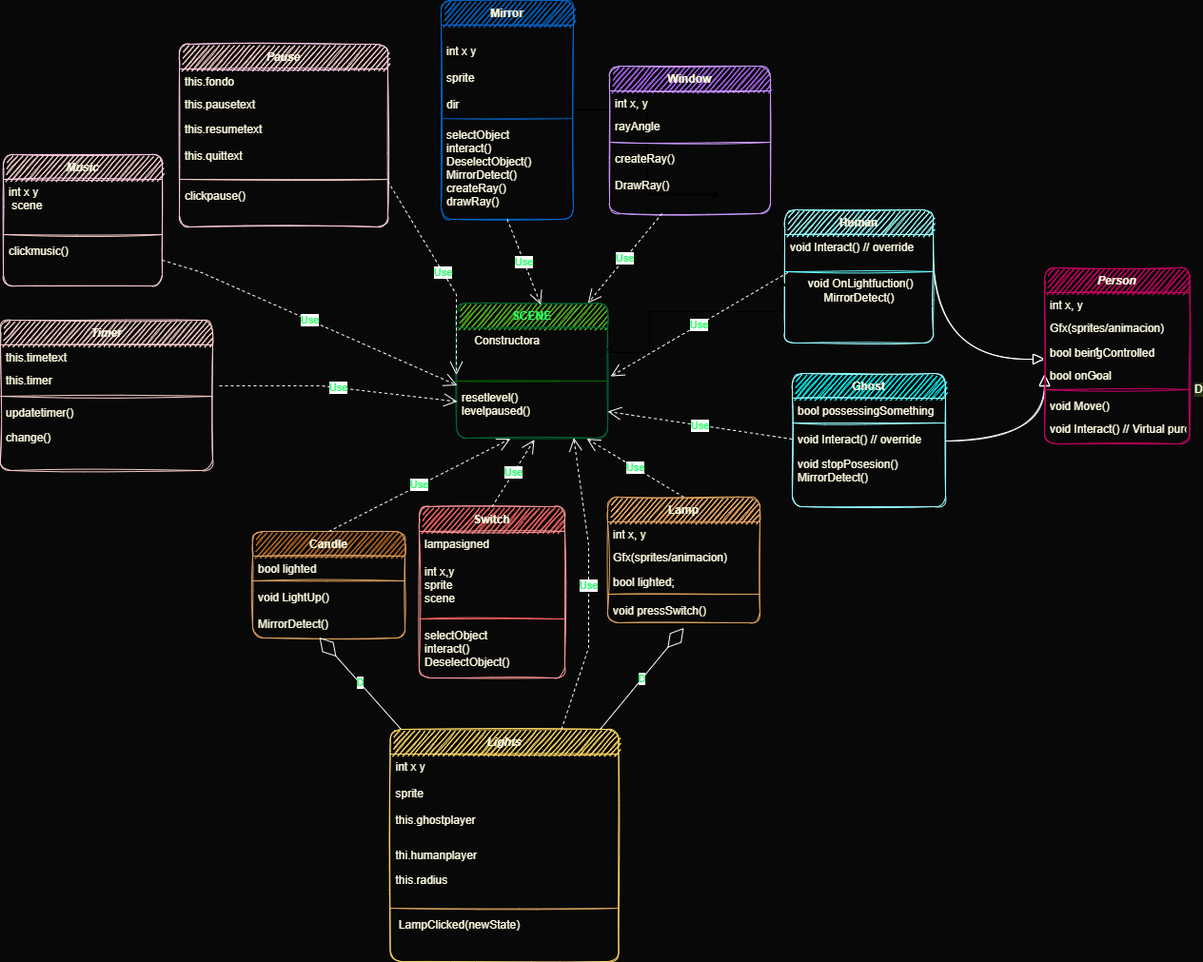
Before: images/UML.png, a diagram exported from draw.io (miriam-m-s/GRUPO4-PVLI). Source tidied: cells renumbered, new cells last; positions are measured from the earlier drawing's top-left corner, leaving out a move shared by most shapes.
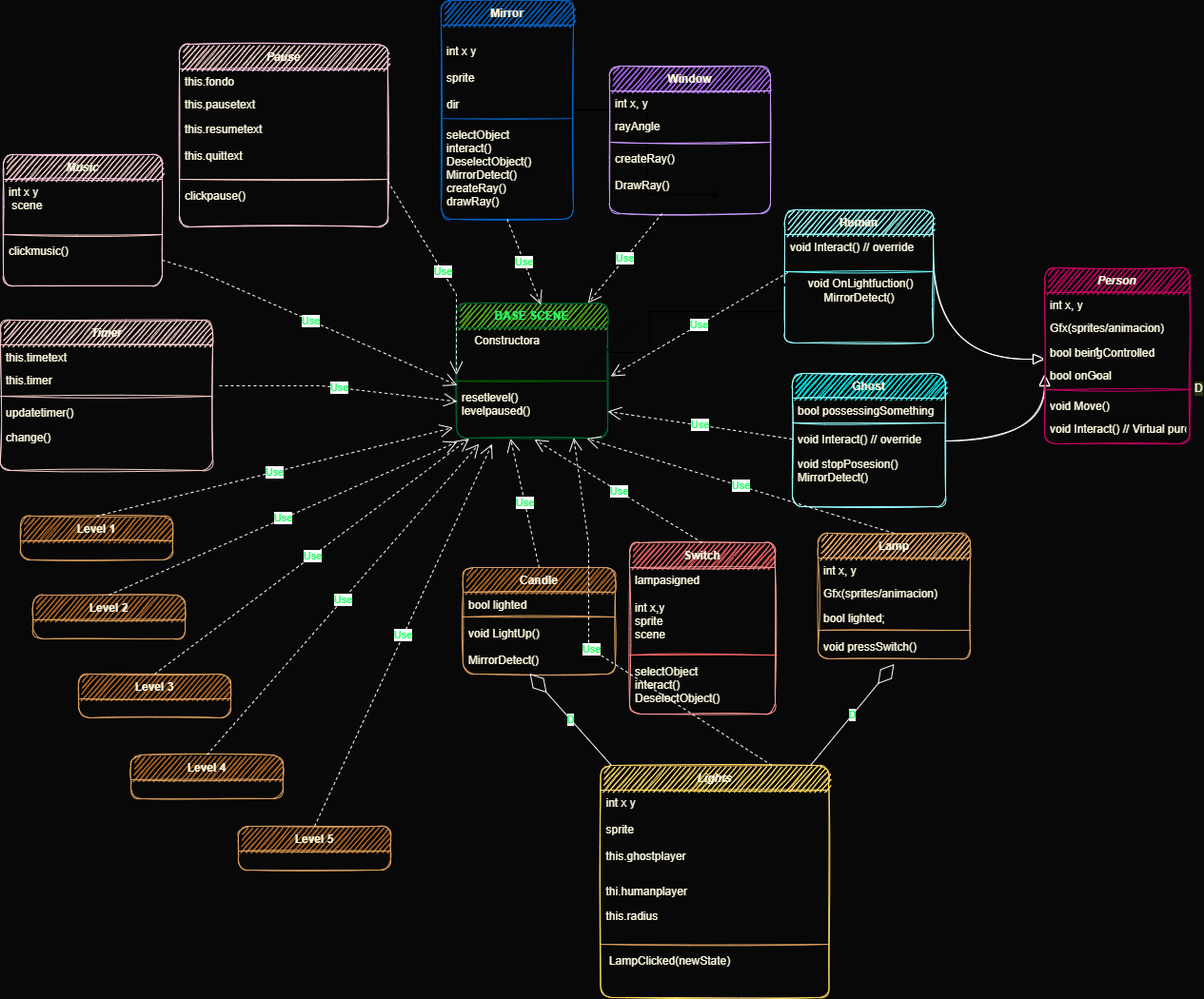
After the change.

The edit, as a diff of the source:
```diff
@@ -32,7 +32,7 @@
       </mxGeometry>
     </mxCell>
     <mxCell id="9" value="Candle" style="swimlane;fontStyle=1;align=center;verticalAlign=top;horizontal=1;startSize=26;shadow=0;strokeWidth=1;fillColor=#BC6C25;strokeColor=#DDA15E;fontColor=#FEFAE0;rounded=1;sketch=1;" parent="1" vertex="1">
-      <mxGeometry x="265" y="558" width="160" height="112" as="geometry" />
+      <mxGeometry x="486" y="596" width="160" height="112" as="geometry" />
     </mxCell>
     <mxCell id="10" value="bool lighted" style="text;align=left;verticalAlign=top;spacingLeft=4;spacingRight=4;overflow=hidden;fontColor=#FEFAE0;rounded=1;sketch=1;" parent="9" vertex="1">
       <mxGeometry y="26" width="160" height="22" as="geometry" />
@@ -61,7 +61,7 @@
       <mxGeometry y="128" width="139" height="100" as="geometry" />
     </mxCell>
     <mxCell id="18" value="Lamp" style="swimlane;fontStyle=1;align=center;verticalAlign=top;horizontal=1;startSize=26;shadow=0;strokeWidth=1;fillColor=#FFB570;strokeColor=#DDA15E;fontColor=#FEFAE0;rounded=1;sketch=1;" parent="1" vertex="1">
-      <mxGeometry x="638" y="522" width="160" height="132" as="geometry" />
+      <mxGeometry x="859" y="560" width="160" height="132" as="geometry" />
     </mxCell>
     <mxCell id="19" value="int x, y" style="text;align=left;verticalAlign=top;spacingLeft=4;spacingRight=4;overflow=hidden;fontColor=#FEFAE0;rounded=1;sketch=1;" parent="18" vertex="1">
       <mxGeometry y="26" width="160" height="24" as="geometry" />
@@ -124,7 +124,7 @@
       <mxGeometry y="69" width="156" height="32" as="geometry" />
     </mxCell>
     <mxCell id="39" value="Lights" style="swimlane;fontStyle=3;align=center;verticalAlign=top;horizontal=1;startSize=26;shadow=0;strokeWidth=1;fillColor=#FFD966;strokeColor=#FFD966;fontColor=#FEFAE0;rounded=1;sketch=1;" parent="1" vertex="1">
-      <mxGeometry x="409.5" y="766" width="240" height="244" as="geometry" />
+      <mxGeometry x="630.5" y="804" width="240" height="244" as="geometry" />
     </mxCell>
     <mxCell id="40" value="int x y&#10;&#10;sprite&#10;&#10;this.ghostplayer" style="text;align=left;verticalAlign=top;spacingLeft=4;spacingRight=4;overflow=hidden;fontColor=#FEFAE0;rounded=1;sketch=1;" parent="39" vertex="1">
       <mxGeometry y="26" width="240" height="93" as="geometry" />
@@ -162,7 +162,7 @@
     <mxCell id="51" value="change()" style="text;align=left;verticalAlign=top;spacingLeft=4;spacingRight=4;overflow=hidden;shadow=0;html=0;fontColor=#FEFAE0;rounded=1;sketch=1;" parent="46" vertex="1">
       <mxGeometry y="110" width="223" height="26" as="geometry" />
     </mxCell>
-    <mxCell id="52" value="SCENE" style="swimlane;fontStyle=1;align=center;verticalAlign=top;horizontal=1;startSize=26;shadow=0;strokeWidth=1;fillColor=#56BC24;strokeColor=#006633;fontColor=#29FE69;rounded=1;sketch=1;" parent="1" vertex="1">
+    <mxCell id="52" value="BASE SCENE" style="swimlane;fontStyle=1;align=center;verticalAlign=top;horizontal=1;startSize=26;shadow=0;strokeWidth=1;fillColor=#56BC24;strokeColor=#006633;fontColor=#29FE69;rounded=1;sketch=1;" parent="1" vertex="1">
       <mxGeometry x="479" y="318" width="159" height="142" as="geometry" />
     </mxCell>
     <mxCell id="53" value="    Constructora&#10;&#10;" style="text;align=left;verticalAlign=top;spacingLeft=4;spacingRight=4;overflow=hidden;points=[[0,0.5],[1,0.5]];portConstraint=eastwest;fontColor=#FEFAE0;rounded=1;sketch=1;" parent="52" vertex="1">
@@ -225,7 +225,7 @@
       <mxGeometry relative="1" as="geometry" />
     </mxCell>
     <mxCell id="70" value="Switch" style="swimlane;fontStyle=1;align=center;verticalAlign=top;horizontal=1;startSize=26;shadow=0;strokeWidth=1;fillColor=#FF6666;strokeColor=#FF9999;fontColor=#FEFAE0;rounded=1;sketch=1;" parent="1" vertex="1">
-      <mxGeometry x="440" y="532" width="153" height="180" as="geometry" />
+      <mxGeometry x="661" y="570" width="153" height="180" as="geometry" />
     </mxCell>
     <mxCell id="71" value="lampasigned" style="text;align=left;verticalAlign=top;spacingLeft=4;spacingRight=4;overflow=hidden;fontColor=#FEFAE0;rounded=1;sketch=1;" parent="70" vertex="1">
       <mxGeometry y="26" width="153" height="29" as="geometry" />
@@ -296,5 +296,35 @@
         </Array>
       </mxGeometry>
     </mxCell>
+    <mxCell id="88" value="Level 1&#10;" style="swimlane;fontStyle=1;align=center;verticalAlign=top;horizontal=1;startSize=26;shadow=0;strokeWidth=1;fillColor=#BC6C25;strokeColor=#DDA15E;fontColor=#FEFAE0;rounded=1;sketch=1;" parent="1" vertex="1">
+      <mxGeometry x="21" y="542" width="160" height="46" as="geometry" />
+    </mxCell>
+    <mxCell id="89" value="Use" style="endArrow=open;endSize=12;dashed=1;html=1;rounded=0;fontColor=#29FE69;strokeColor=#FFFFFF;exitX=0.5;exitY=0;exitDx=0;exitDy=0;entryX=-0.022;entryY=0.804;entryDx=0;entryDy=0;entryPerimeter=0;" parent="1" edge="1" source="88" target="55">
+      <mxGeometry relative="1" as="geometry" />
+    </mxCell>
+    <mxCell id="90" value="Level 2" style="swimlane;fontStyle=1;align=center;verticalAlign=top;horizontal=1;startSize=26;shadow=0;strokeWidth=1;fillColor=#BC6C25;strokeColor=#DDA15E;fontColor=#FEFAE0;rounded=1;sketch=1;" parent="1" vertex="1">
+      <mxGeometry x="34" y="625" width="160" height="46" as="geometry" />
+    </mxCell>
+    <mxCell id="91" value="Use" style="endArrow=open;endSize=12;dashed=1;html=1;rounded=0;fontColor=#29FE69;strokeColor=#FFFFFF;exitX=0.5;exitY=0;exitDx=0;exitDy=0;entryX=0.006;entryY=1.069;entryDx=0;entryDy=0;entryPerimeter=0;" parent="1" edge="1" source="90" target="55">
+      <mxGeometry relative="1" as="geometry" />
+    </mxCell>
+    <mxCell id="92" value="Level 3&#10;" style="swimlane;fontStyle=1;align=center;verticalAlign=top;horizontal=1;startSize=26;shadow=0;strokeWidth=1;fillColor=#BC6C25;strokeColor=#DDA15E;fontColor=#FEFAE0;rounded=1;sketch=1;" parent="1" vertex="1">
+      <mxGeometry x="82" y="708" width="160" height="46" as="geometry" />
+    </mxCell>
+    <mxCell id="93" value="Use" style="endArrow=open;endSize=12;dashed=1;html=1;rounded=0;fontColor=#29FE69;strokeColor=#FFFFFF;exitX=0.5;exitY=0;exitDx=0;exitDy=0;entryX=0.085;entryY=1.008;entryDx=0;entryDy=0;entryPerimeter=0;" parent="1" edge="1" source="92" target="55">
+      <mxGeometry relative="1" as="geometry" />
+    </mxCell>
+    <mxCell id="94" value="Level 4" style="swimlane;fontStyle=1;align=center;verticalAlign=top;horizontal=1;startSize=26;shadow=0;strokeWidth=1;fillColor=#BC6C25;strokeColor=#DDA15E;fontColor=#FEFAE0;rounded=1;sketch=1;" parent="1" vertex="1">
+      <mxGeometry x="137" y="793" width="160" height="46" as="geometry" />
+    </mxCell>
+    <mxCell id="95" value="Use" style="endArrow=open;endSize=12;dashed=1;html=1;rounded=0;fontColor=#29FE69;strokeColor=#FFFFFF;exitX=0.5;exitY=0;exitDx=0;exitDy=0;entryX=0.15;entryY=1.11;entryDx=0;entryDy=0;entryPerimeter=0;" parent="1" edge="1" source="94" target="55">
+      <mxGeometry relative="1" as="geometry" />
+    </mxCell>
+    <mxCell id="96" value="Level 5" style="swimlane;fontStyle=1;align=center;verticalAlign=top;horizontal=1;startSize=26;shadow=0;strokeWidth=1;fillColor=#BC6C25;strokeColor=#DDA15E;fontColor=#FEFAE0;rounded=1;sketch=1;" parent="1" vertex="1">
+      <mxGeometry x="250" y="868" width="160" height="46" as="geometry" />
+    </mxCell>
+    <mxCell id="97" value="Use" style="endArrow=open;endSize=12;dashed=1;html=1;rounded=0;fontColor=#29FE69;strokeColor=#FFFFFF;exitX=0.5;exitY=0;exitDx=0;exitDy=0;entryX=0.236;entryY=1.11;entryDx=0;entryDy=0;entryPerimeter=0;" parent="1" edge="1" source="96" target="55">
+      <mxGeometry relative="1" as="geometry" />
+    </mxCell>
   </root>
 </mxGraphModel>
```
